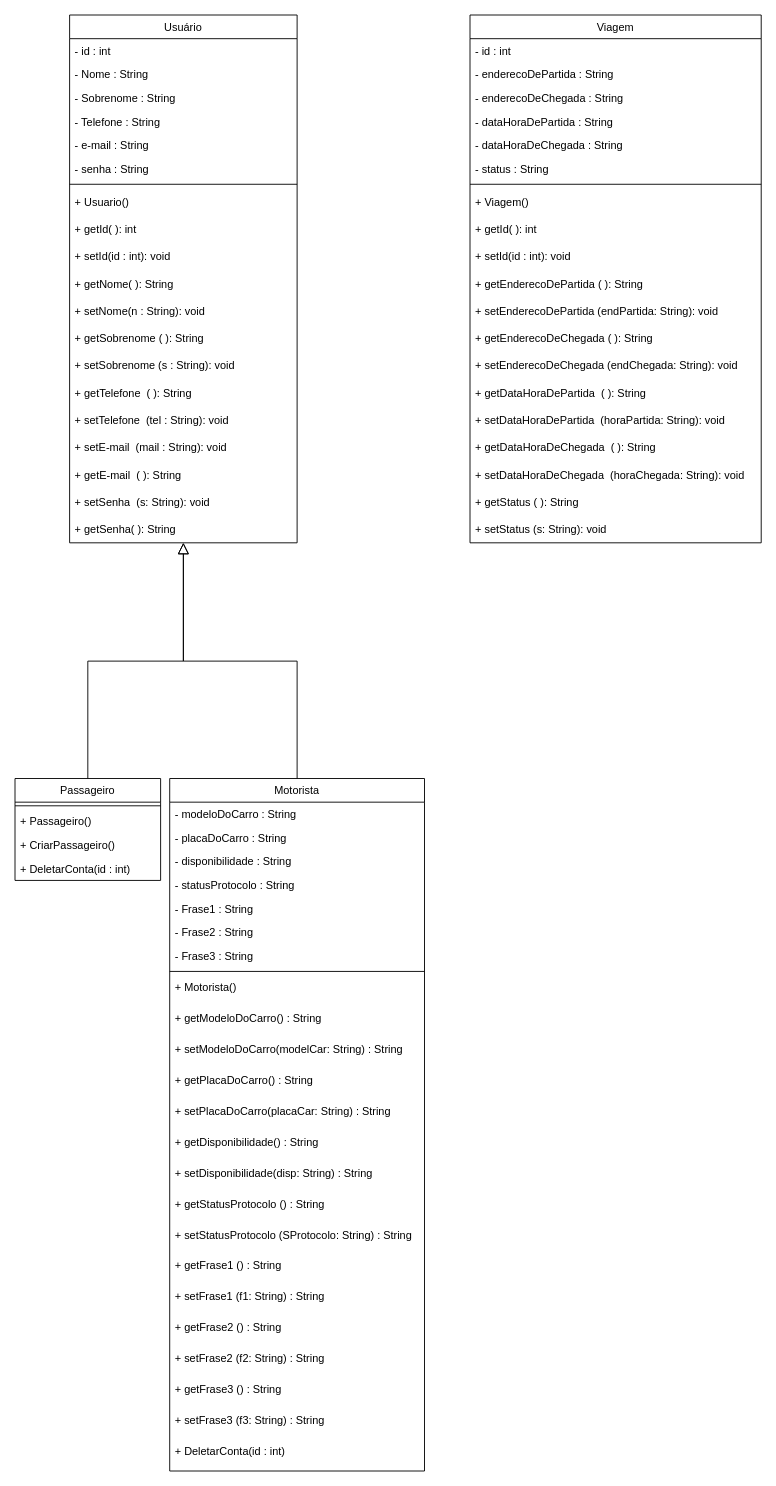
2025-1-NCC3/Projeto1 keeps this draw.io diagram as documentos/Entrega 1/Programação Orientada a Objetivos e Estrutura de Dados/Diagrama de Classe.drawio. Above is the earlier version. Source tidied: cells renumbered, new cells numbered last; positions are measured from the earlier drawing's top-left corner, leaving out a move shared by most shapes. Both pictures are drawn from the tidied source at 91%, with x=0, y=0 at pixel (15, 15).
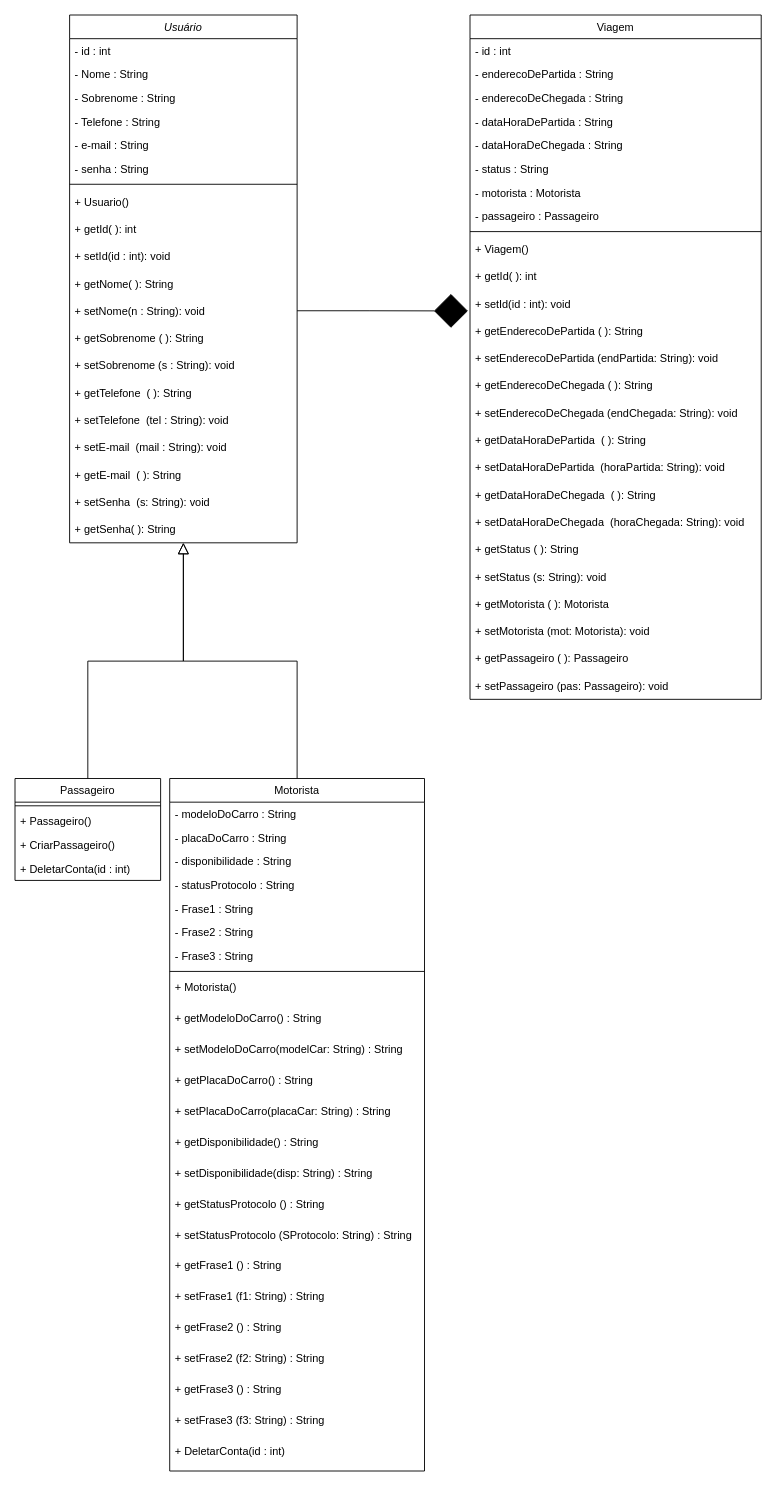
The same page after the edit.

The change refers to these unchanged cells:
```xml
<mxCell id="14" value="+ setNome(n : String): void" style="text;align=left;verticalAlign=middle;spacingLeft=4;spacingRight=4;overflow=hidden;points=[[0,0.5],[1,0.5]];portConstraint=eastwest;fontSize=12;spacing=2;" parent="2" vertex="1">
  <mxGeometry y="310" width="250" height="30" as="geometry" />
</mxCell>
```

What changed in the source:
```diff
@@
-    <mxCell id="2" value="Usuário" style="swimlane;fontStyle=0;align=center;verticalAlign=top;horizontal=1;startSize=26;rounded=0;shadow=0;strokeWidth=1;" parent="1" vertex="1">
+    <mxCell id="2" value="Usuário" style="swimlane;fontStyle=2;align=center;verticalAlign=top;horizontal=1;startSize=26;rounded=0;shadow=0;strokeWidth=1;" parent="1" vertex="1">
       <mxGeometry x="60" width="250" height="580" as="geometry" />
     </mxCell>
@@
     <mxCell id="55" value="Viagem" style="swimlane;fontStyle=0;align=center;verticalAlign=top;horizontal=1;startSize=26;rounded=0;shadow=0;strokeWidth=1;" parent="1" vertex="1">
-      <mxGeometry x="500" width="320" height="580" as="geometry" />
+      <mxGeometry x="500" width="320" height="752" as="geometry" />
     </mxCell>
@@
+    <mxCell id="76" value="- motorista : Motorista" style="text;align=left;verticalAlign=top;spacingLeft=4;spacingRight=4;overflow=hidden;" parent="55" vertex="1">
+      <mxGeometry y="182" width="320" height="26" as="geometry" />
+    </mxCell>
+    <mxCell id="77" value="- passageiro : Passageiro" style="text;align=left;verticalAlign=top;spacingLeft=4;spacingRight=4;overflow=hidden;" parent="55" vertex="1">
+      <mxGeometry y="208" width="320" height="26" as="geometry" />
+    </mxCell>
     <mxCell id="62" style="line;html=1;strokeWidth=1;align=left;verticalAlign=middle;spacingTop=-1;spacingLeft=3;spacingRight=3;labelPosition=right;" parent="55" vertex="1">
-      <mxGeometry y="182" width="320" height="8" as="geometry" />
+      <mxGeometry y="234" width="320" height="8" as="geometry" />
     </mxCell>
     <mxCell id="63" value="+ Viagem() " style="text;align=left;verticalAlign=middle;spacingLeft=4;spacingRight=4;overflow=hidden;" parent="55" vertex="1">
-      <mxGeometry y="190" width="320" height="30" as="geometry" />
+      <mxGeometry y="242" width="320" height="30" as="geometry" />
     </mxCell>
     <mxCell id="64" value="+ getId( ): int" style="text;align=left;verticalAlign=middle;spacingLeft=4;spacingRight=4;overflow=hidden;" parent="55" vertex="1">
-      <mxGeometry y="220" width="320" height="30" as="geometry" />
+      <mxGeometry y="272" width="320" height="30" as="geometry" />
     </mxCell>
     <mxCell id="65" value="+ setId(id : int): void" style="text;align=left;verticalAlign=middle;spacingLeft=4;spacingRight=4;overflow=hidden;points=[[0,0.5],[1,0.5]];portConstraint=eastwest;" parent="55" vertex="1">
-      <mxGeometry y="250" width="320" height="30" as="geometry" />
+      <mxGeometry y="302" width="320" height="30" as="geometry" />
     </mxCell>
     <mxCell id="66" value="+ getEnderecoDePartida ( ): String" style="text;align=left;verticalAlign=middle;spacingLeft=4;spacingRight=4;overflow=hidden;" parent="55" vertex="1">
-      <mxGeometry y="280" width="320" height="30" as="geometry" />
+      <mxGeometry y="332" width="320" height="30" as="geometry" />
     </mxCell>
     <mxCell id="67" value="+ setEnderecoDePartida (endPartida: String): void" style="text;align=left;verticalAlign=middle;spacingLeft=4;spacingRight=4;overflow=hidden;" parent="55" vertex="1">
-      <mxGeometry y="310" width="320" height="30" as="geometry" />
+      <mxGeometry y="362" width="320" height="30" as="geometry" />
     </mxCell>
     <mxCell id="68" value="+ getEnderecoDeChegada ( ): String" style="text;align=left;verticalAlign=middle;spacingLeft=4;spacingRight=4;overflow=hidden;" parent="55" vertex="1">
-      <mxGeometry y="340" width="320" height="30" as="geometry" />
+      <mxGeometry y="392" width="320" height="30" as="geometry" />
     </mxCell>
     <mxCell id="69" value="+ setEnderecoDeChegada (endChegada: String): void" style="text;align=left;verticalAlign=middle;spacingLeft=4;spacingRight=4;overflow=hidden;" parent="55" vertex="1">
-      <mxGeometry y="370" width="320" height="30" as="geometry" />
+      <mxGeometry y="422" width="320" height="30" as="geometry" />
     </mxCell>
     <mxCell id="70" value="+ getDataHoraDePartida  ( ): String" style="text;align=left;verticalAlign=middle;spacingLeft=4;spacingRight=4;overflow=hidden;" parent="55" vertex="1">
-      <mxGeometry y="400" width="320" height="30" as="geometry" />
+      <mxGeometry y="452" width="320" height="30" as="geometry" />
     </mxCell>
     <mxCell id="71" value="+ setDataHoraDePartida  (horaPartida: String): void" style="text;align=left;verticalAlign=middle;spacingLeft=4;spacingRight=4;overflow=hidden;" parent="55" vertex="1">
-      <mxGeometry y="430" width="320" height="30" as="geometry" />
+      <mxGeometry y="482" width="320" height="30" as="geometry" />
     </mxCell>
     <mxCell id="72" value="+ getDataHoraDeChegada  ( ): String" style="text;align=left;verticalAlign=middle;spacingLeft=4;spacingRight=4;overflow=hidden;" parent="55" vertex="1">
-      <mxGeometry y="460" width="320" height="30" as="geometry" />
+      <mxGeometry y="512" width="320" height="30" as="geometry" />
     </mxCell>
     <mxCell id="73" value="+ setDataHoraDeChegada  (horaChegada: String): void" style="text;align=left;verticalAlign=middle;spacingLeft=4;spacingRight=4;overflow=hidden;" parent="55" vertex="1">
-      <mxGeometry y="490" width="320" height="30" as="geometry" />
+      <mxGeometry y="542" width="320" height="30" as="geometry" />
     </mxCell>
     <mxCell id="74" value="+ getStatus ( ): String" style="text;align=left;verticalAlign=middle;spacingLeft=4;spacingRight=4;overflow=hidden;" parent="55" vertex="1">
-      <mxGeometry y="520" width="320" height="30" as="geometry" />
+      <mxGeometry y="572" width="320" height="30" as="geometry" />
     </mxCell>
     <mxCell id="75" value="+ setStatus (s: String): void" style="text;align=left;verticalAlign=middle;spacingLeft=4;spacingRight=4;overflow=hidden;" parent="55" vertex="1">
-      <mxGeometry y="550" width="320" height="30" as="geometry" />
+      <mxGeometry y="602" width="320" height="30" as="geometry" />
     </mxCell>
+    <mxCell id="78" value="+ getMotorista ( ): Motorista" style="text;align=left;verticalAlign=middle;spacingLeft=4;spacingRight=4;overflow=hidden;" parent="55" vertex="1">
+      <mxGeometry y="632" width="320" height="30" as="geometry" />
+    </mxCell>
+    <mxCell id="79" value="+ setMotorista (mot: Motorista): void" style="text;align=left;verticalAlign=middle;spacingLeft=4;spacingRight=4;overflow=hidden;" parent="55" vertex="1">
+      <mxGeometry y="662" width="320" height="30" as="geometry" />
+    </mxCell>
+    <mxCell id="80" value="+ getPassageiro ( ): Passageiro" style="text;align=left;verticalAlign=middle;spacingLeft=4;spacingRight=4;overflow=hidden;" parent="55" vertex="1">
+      <mxGeometry y="692" width="320" height="30" as="geometry" />
+    </mxCell>
+    <mxCell id="81" value="+ setPassageiro (pas: Passageiro): void" style="text;align=left;verticalAlign=middle;spacingLeft=4;spacingRight=4;overflow=hidden;" parent="55" vertex="1">
+      <mxGeometry y="722" width="320" height="30" as="geometry" />
+    </mxCell>
+    <mxCell id="82" style="edgeStyle=orthogonalEdgeStyle;rounded=0;jettySize=auto;html=1;exitX=1;exitY=0.5;exitDx=0;exitDy=0;entryX=-0.007;entryY=0.773;entryDx=0;entryDy=0;entryPerimeter=0;endArrow=diamond;endFill=1;strokeWidth=1;endSize=35;" parent="1" edge="1" source="14" target="65">
+      <mxGeometry relative="1" as="geometry" />
+    </mxCell>
```
